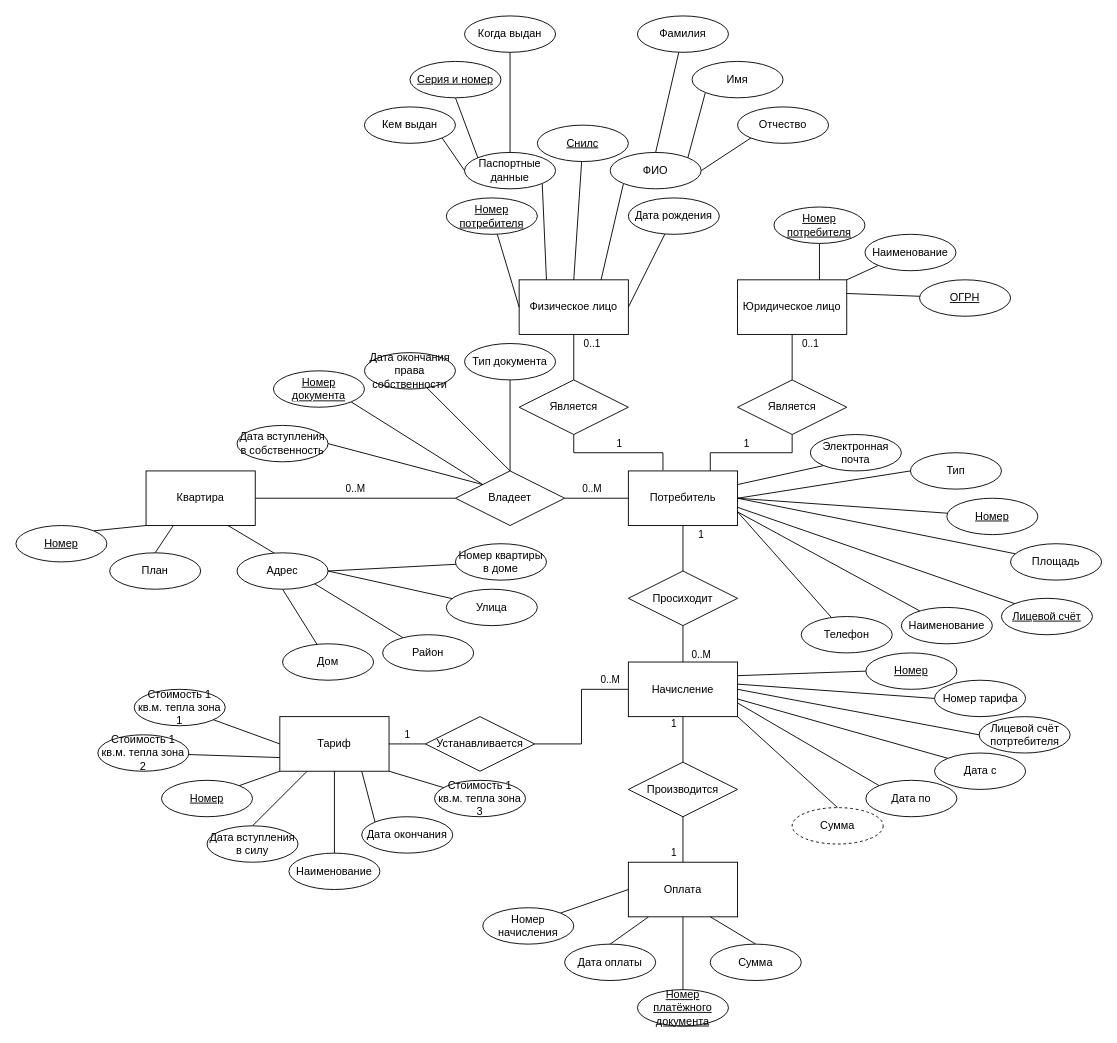
The draw.io diagram PBD/Z2/Диаграмма/Концептуальная схема уровней сущностей.drawio in Mutabona/4Semestr, before the edit. Source tidied: cells renumbered, new cells numbered last; positions are measured from the earlier drawing's top-left corner, leaving out a move shared by most shapes. Both pictures are drawn from the tidied source at 91%, with x=0, y=0 at pixel (15, 15).
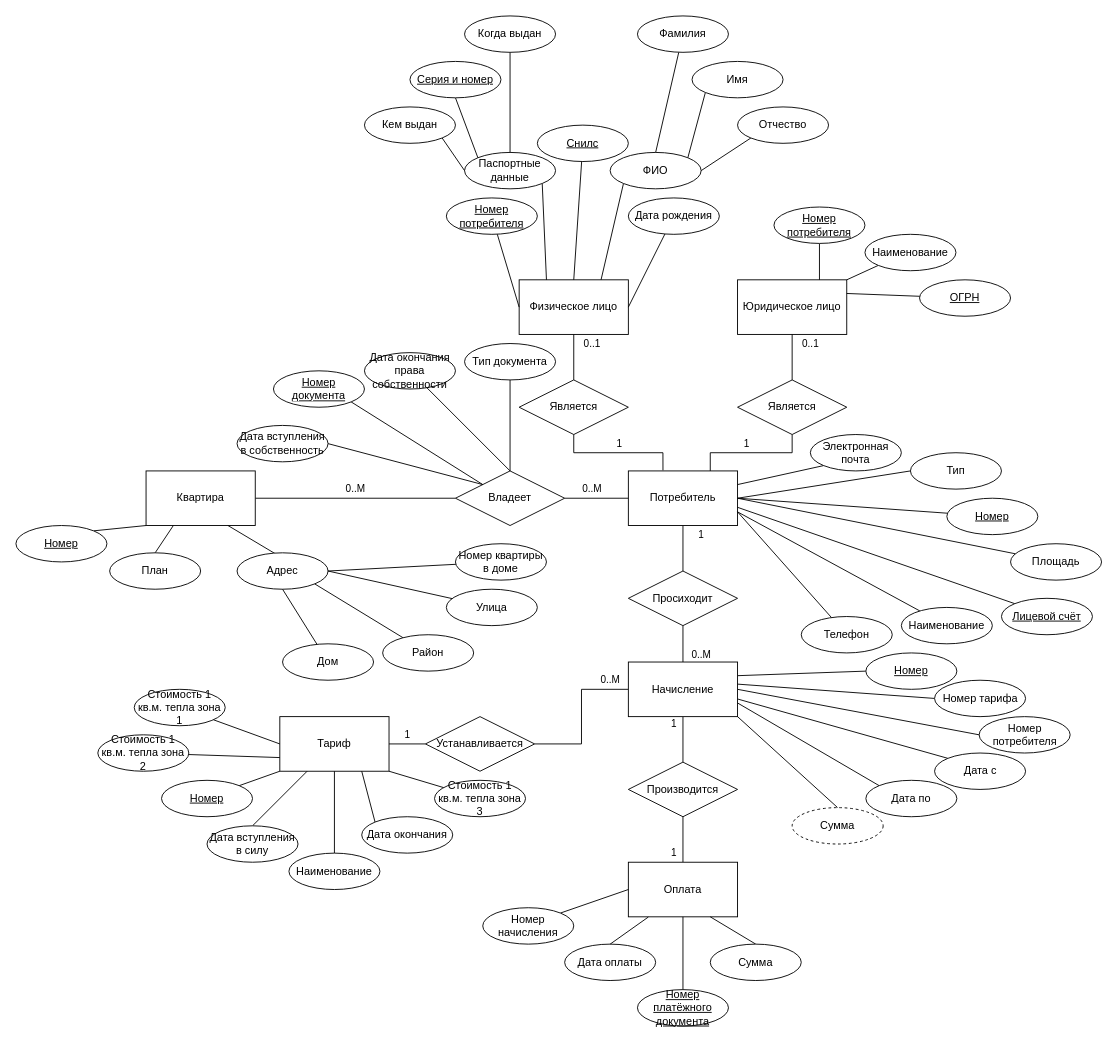
The same page after the edit.

Diff of the diagram source:
```diff
@@
-    <mxCell id="113" value="Лицевой счёт потртебителя" style="ellipse;whiteSpace=wrap;html=1;align=center;" parent="1" vertex="1">
+    <mxCell id="113" value="Номер потребителя" style="ellipse;whiteSpace=wrap;html=1;align=center;" parent="1" vertex="1">
       <mxGeometry x="1058.5" y="770" width="100" height="40" as="geometry" />
     </mxCell>
```
